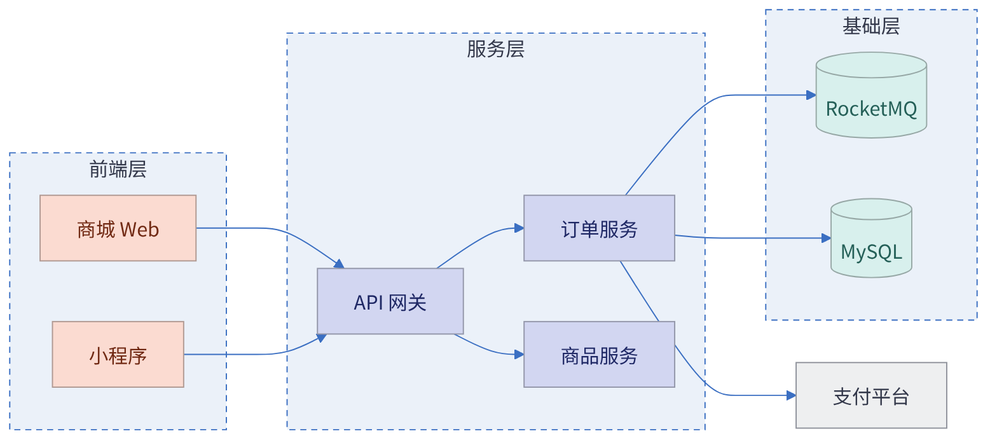
This is docs/assets/app_arch.png from huang-hee/diagram-kit, a Mermaid export, as it was before one commit. Its source is kept beside it as docs/assets/app_arch.mmd. Its diagram source:
```mermaid
---
config:
  theme: base
  fontFamily: "PingFang SC, Microsoft YaHei, Noto Sans CJK SC, Source Han Sans SC, sans-serif"
  themeVariables:
    background: "#FFFFFF"
    primaryColor: "#FFFFFF"
    primaryBorderColor: "#3B6FC2"
    primaryTextColor: "#33384A"
    nodeTextColor: "#33384A"
    secondaryColor: "#FBDBD1"
    tertiaryColor: "#EBF1F9"
    lineColor: "#3B6FC2"
    textColor: "#33384A"
    clusterBkg: "#EBF1F9"
    clusterBorder: "#3B6FC2"
    edgeLabelBackground: "#FFFFFF"
    titleColor: "#33384A"
    noteBkgColor: "#FFF6CE"
    noteBorderColor: "#A6A086"
    noteTextColor: "#33384A"
---
flowchart LR
  subgraph L1[前端层]
    W[商城 Web]:::client
    M[小程序]:::client
  end
  subgraph L2[服务层]
    G[API 网关]:::service
    O[订单服务]:::service
    P[商品服务]:::service
  end
  subgraph L3[基础层]
    MQ[(RocketMQ)]:::infra
    DB[(MySQL)]:::infra
  end
  X[支付平台]:::external
  W --> G
  M --> G
  G --> O
  G --> P
  O --> MQ
  O --> DB
  O --> X
  class L1,L2,L3 layer
classDef client fill:#FBDBD1,stroke:#B09992,color:#712A14
classDef service fill:#D2D6F1,stroke:#9396A9,color:#1F2865
classDef infra fill:#D8F0ED,stroke:#97A8A6,color:#256058
classDef external fill:#EEEFF0,stroke:#8F929B,color:#33384A
classDef layer fill:#EBF1F9,stroke:#3B6FC2,color:#33384A,stroke-dasharray:5 4
```
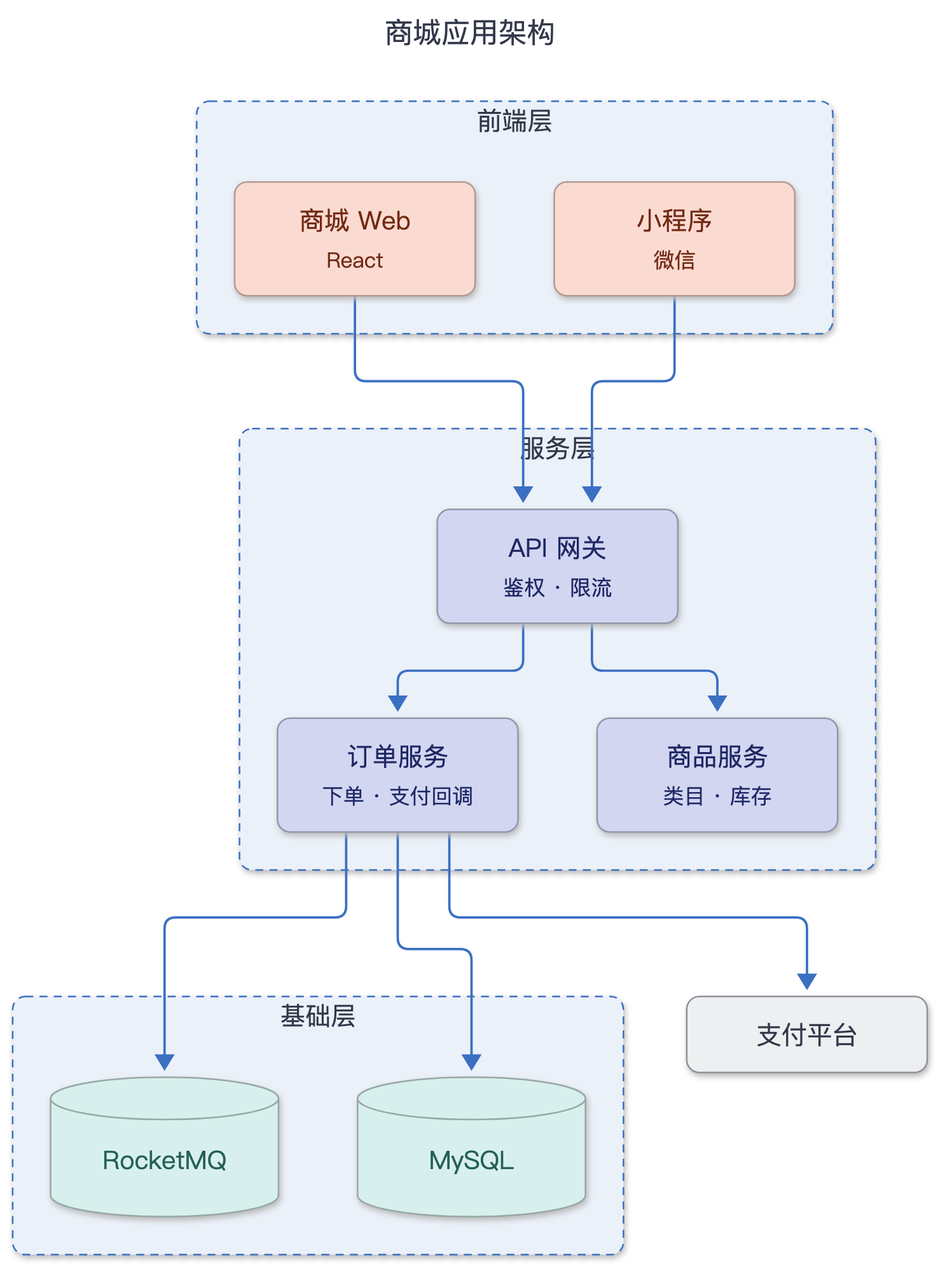
After the change.

Diff of the diagram source:
```diff
@@ -1,7 +1,14 @@
 ---
+title: "商城应用架构"
 config:
   theme: base
   fontFamily: "PingFang SC, Microsoft YaHei, Noto Sans CJK SC, Source Han Sans SC, sans-serif"
+  flowchart:
+    curve: "step"
+    nodeSpacing: 50
+    rankSpacing: 60
+    padding: 12
+    wrappingWidth: 300
   themeVariables:
     background: "#FFFFFF"
     primaryColor: "#FFFFFF"
@@ -20,15 +27,15 @@
     noteBorderColor: "#A6A086"
     noteTextColor: "#33384A"
 ---
-flowchart LR
+flowchart TB
   subgraph L1[前端层]
-    W[商城 Web]:::client
-    M[小程序]:::client
+    W["商城 Web<br><small>React</small>"]:::client
+    M["小程序<br><small>微信</small>"]:::client
   end
   subgraph L2[服务层]
-    G[API 网关]:::service
-    O[订单服务]:::service
-    P[商品服务]:::service
+    G["API 网关<br><small>鉴权 · 限流</small>"]:::service
+    O["订单服务<br><small>下单 · 支付回调</small>"]:::service
+    P["商品服务<br><small>类目 · 库存</small>"]:::service
   end
   subgraph L3[基础层]
     MQ[(RocketMQ)]:::infra
@@ -43,8 +50,9 @@
   O --> DB
   O --> X
   class L1,L2,L3 layer
-classDef client fill:#FBDBD1,stroke:#B09992,color:#712A14
-classDef service fill:#D2D6F1,stroke:#9396A9,color:#1F2865
-classDef infra fill:#D8F0ED,stroke:#97A8A6,color:#256058
-classDef external fill:#EEEFF0,stroke:#8F929B,color:#33384A
-classDef layer fill:#EBF1F9,stroke:#3B6FC2,color:#33384A,stroke-dasharray:5 4
+classDef client fill:#FBDBD1,stroke:#B09992,color:#712A14,rx:8,ry:8
+classDef service fill:#D2D6F1,stroke:#9396A9,color:#1F2865,rx:8,ry:8
+classDef infra fill:#D8F0ED,stroke:#97A8A6,color:#256058,rx:8,ry:8
+classDef external fill:#EEEFF0,stroke:#8F929B,color:#33384A,rx:8,ry:8
+classDef layer fill:#EBF1F9,stroke:#3B6FC2,color:#33384A,stroke-dasharray:5 4,rx:8,ry:8
+linkStyle default stroke-width:1.5px
```
